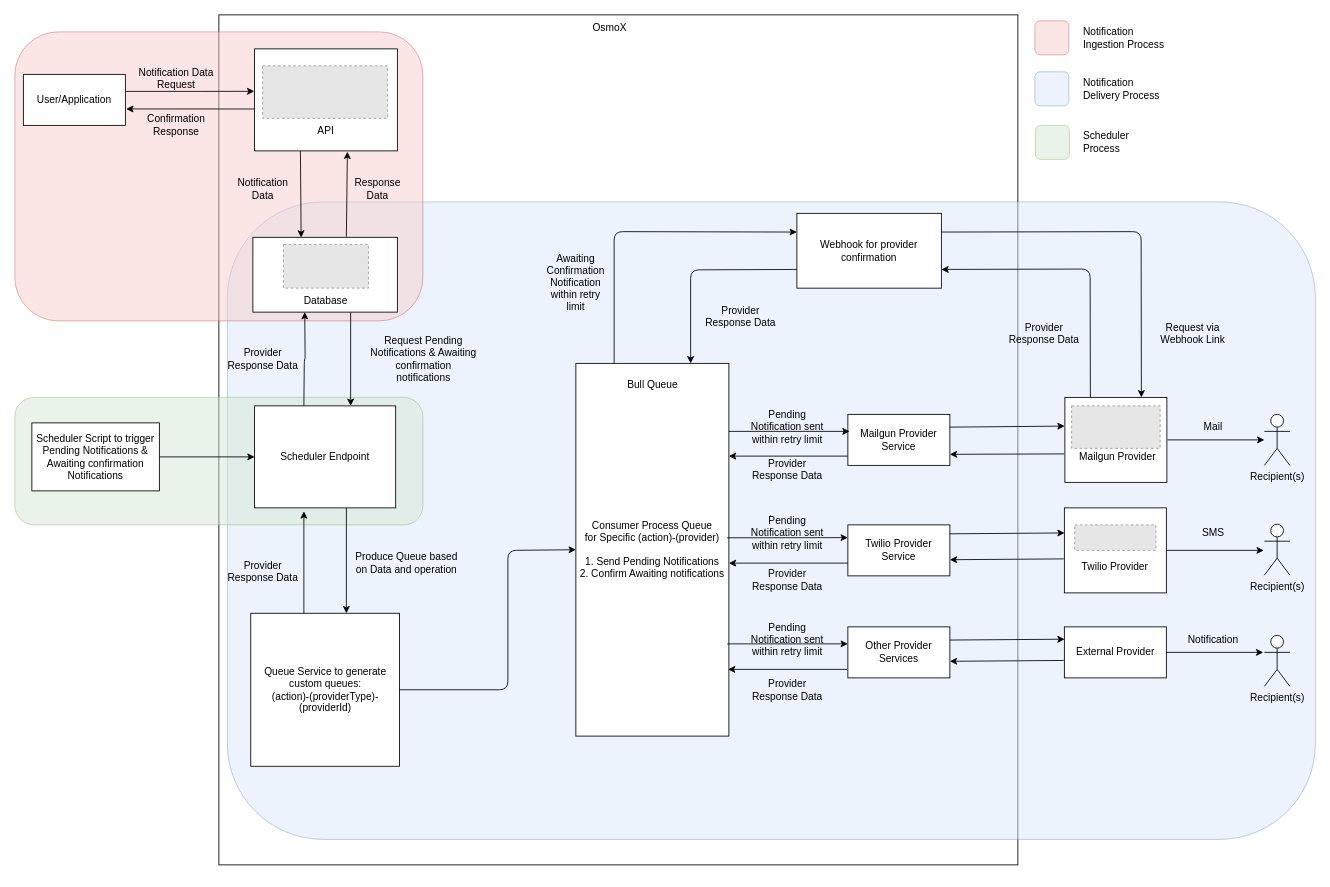
OsmosysSoftware/osmo-x keeps this draw.io diagram as apps/api/docs/assets/OsmoX-block-diagram.drawio. Above is the earlier version. Source tidied: cells renumbered, new cells numbered last; positions are measured from the earlier drawing's top-left corner, leaving out a move shared by most shapes. Both pictures are drawn from the tidied source at 85%, with x=0, y=0 at pixel (14, 14). Pictures stored in the file or linked from it are replaced by grey dashed boxes.
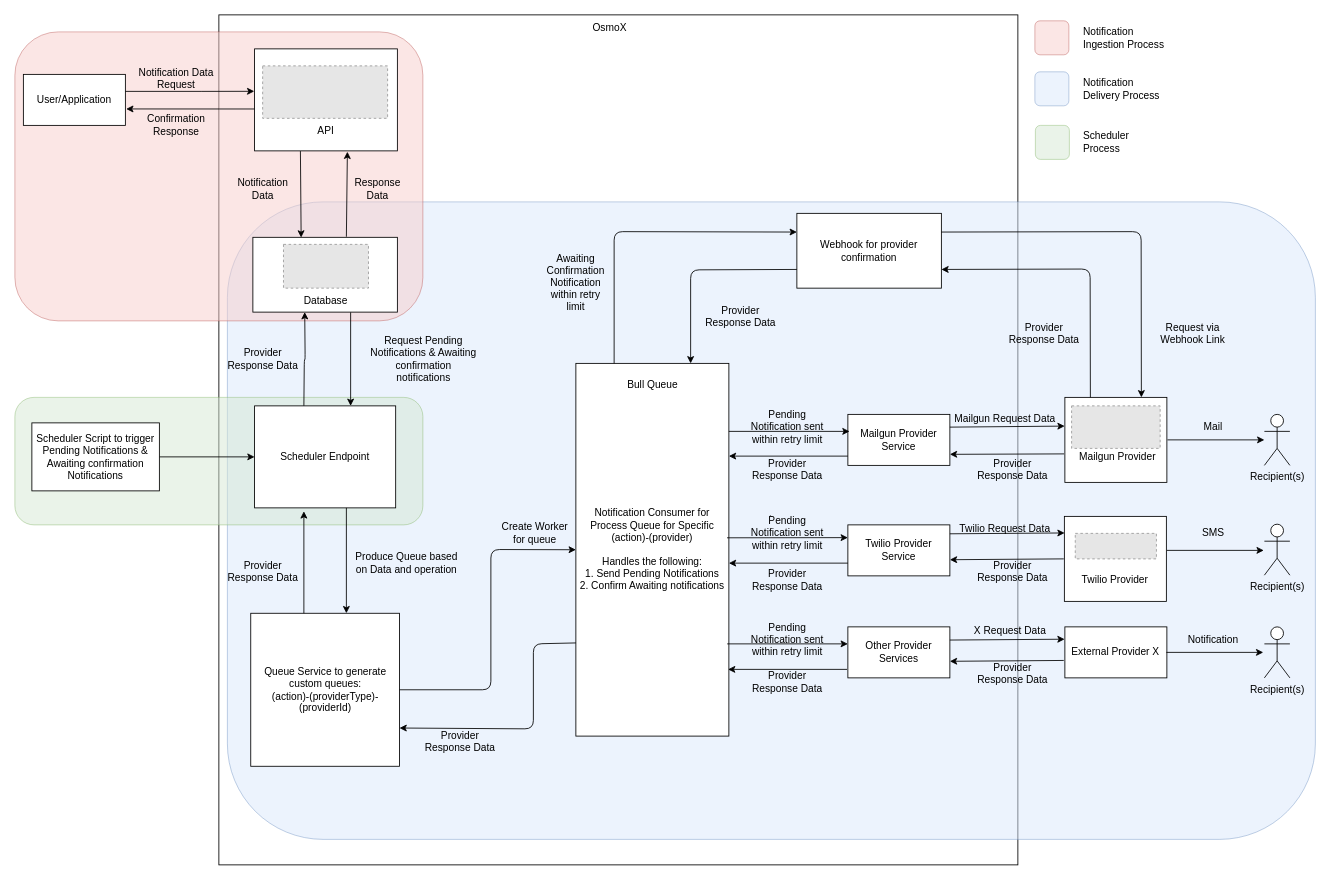
After the change.

Unchanged cells that the change refers to:
```xml
<mxCell id="35" value="Queue Service to generate custom queues:&lt;br&gt;(action)-(providerType)-(providerId)" style="rounded=0;whiteSpace=wrap;html=1;" parent="1" vertex="1">
  <mxGeometry x="277.5" y="704" width="175" height="180" as="geometry" />
</mxCell>
```

Diff of the diagram source:
```diff
@@
-    <mxCell id="4" value="Consumer Process Queue for&amp;nbsp;Specific (action)-(provider)&lt;br&gt;&lt;br&gt;1. Send Pending Notifications&lt;br&gt;2. Confirm Awaiting notifications" style="rounded=0;whiteSpace=wrap;html=1;" parent="1" vertex="1">
+    <mxCell id="4" value="Notification Consumer for Process Queue for&amp;nbsp;Specific (action)-(provider)&lt;br&gt;&lt;br&gt;Handles the following:&lt;br&gt;1. Send Pending Notifications&lt;br&gt;2. Confirm Awaiting notifications" style="rounded=0;whiteSpace=wrap;html=1;" parent="1" vertex="1">
       <mxGeometry x="660" y="410" width="180" height="438.5" as="geometry" />
     </mxCell>
@@
     <mxCell id="45" style="endArrow=classic;html=1;rounded=1;exitX=1;exitY=0.5;exitDx=0;exitDy=0;entryX=0;entryY=0.5;entryDx=0;entryDy=0;" parent="1" edge="1" source="35" target="4">
       <mxGeometry relative="1" as="geometry">
         <Array as="points">
-          <mxPoint x="580" y="794" />
-          <mxPoint x="580" y="630" />
+          <mxPoint x="560" y="794" />
+          <mxPoint x="560" y="629" />
         </Array>
       </mxGeometry>
     </mxCell>
@@
     <mxCell id="55" value="Provider Response Data" style="text;html=1;strokeColor=none;fillColor=none;align=center;verticalAlign=middle;whiteSpace=wrap;rounded=0;" parent="1" vertex="1">
-      <mxGeometry x="865" y="779" width="88" height="30" as="geometry" />
+      <mxGeometry x="865" y="770" width="88" height="30" as="geometry" />
     </mxCell>
@@
     <mxCell id="70" style="rounded=0;whiteSpace=wrap;html=1;" parent="1" vertex="1">
-      <mxGeometry x="1234.7" y="580" width="120" height="100" as="geometry" />
+      <mxGeometry x="1234.7" y="590" width="120" height="100" as="geometry" />
     </mxCell>
-    <mxCell id="71" value="External Provider" style="rounded=0;whiteSpace=wrap;html=1;" parent="1" vertex="1">
-      <mxGeometry x="1234.7" y="720" width="120" height="60" as="geometry" />
+    <mxCell id="71" value="External Provider X" style="rounded=0;whiteSpace=wrap;html=1;" parent="1" vertex="1">
+      <mxGeometry x="1235.3" y="720" width="120" height="60" as="geometry" />
     </mxCell>
@@
     <mxCell id="75" value="Recipient(s)" style="shape=umlActor;verticalLabelPosition=bottom;verticalAlign=top;html=1;" parent="1" vertex="1">
-      <mxGeometry x="1470" y="730" width="30" height="60" as="geometry" />
+      <mxGeometry x="1470" y="720" width="30" height="60" as="geometry" />
     </mxCell>
@@
     <mxCell id="80" style="fillColor=#E6E6E6;strokeColor=#999999;dashed=1;verticalLabelPosition=bottom;labelBackgroundColor=default;verticalAlign=top;" parent="1" vertex="1">
-      <mxGeometry x="1246.9" y="600" width="95.5" height="30" as="geometry" />
+      <mxGeometry x="1247.5" y="610" width="95.5" height="30" as="geometry" />
     </mxCell>
     <mxCell id="81" value="Twilio Provider" style="text;html=1;strokeColor=none;fillColor=none;align=center;verticalAlign=middle;whiteSpace=wrap;rounded=0;" parent="1" vertex="1">
-      <mxGeometry x="1240" y="640" width="109.3" height="20" as="geometry" />
+      <mxGeometry x="1240" y="655" width="109.3" height="20" as="geometry" />
     </mxCell>
@@
+    <mxCell id="90" value="Provider Response Data" style="text;html=1;strokeColor=none;fillColor=none;align=center;verticalAlign=middle;whiteSpace=wrap;rounded=0;" parent="1" vertex="1">
+      <mxGeometry x="1130" y="520" width="88" height="30" as="geometry" />
+    </mxCell>
+    <mxCell id="91" value="Provider Response Data" style="text;html=1;strokeColor=none;fillColor=none;align=center;verticalAlign=middle;whiteSpace=wrap;rounded=0;" parent="1" vertex="1">
+      <mxGeometry x="1130" y="640" width="88" height="30" as="geometry" />
+    </mxCell>
+    <mxCell id="92" value="Provider Response Data" style="text;html=1;strokeColor=none;fillColor=none;align=center;verticalAlign=middle;whiteSpace=wrap;rounded=0;" parent="1" vertex="1">
+      <mxGeometry x="1130" y="760" width="88" height="30" as="geometry" />
+    </mxCell>
+    <mxCell id="93" value="X Request Data" style="text;html=1;strokeColor=none;fillColor=none;align=center;verticalAlign=middle;whiteSpace=wrap;rounded=0;" parent="1" vertex="1">
+      <mxGeometry x="1100.6" y="710" width="140" height="30" as="geometry" />
+    </mxCell>
+    <mxCell id="94" value="Twilio Request Data" style="text;html=1;strokeColor=none;fillColor=none;align=center;verticalAlign=middle;whiteSpace=wrap;rounded=0;" parent="1" vertex="1">
+      <mxGeometry x="1095.3" y="590" width="140" height="30" as="geometry" />
+    </mxCell>
+    <mxCell id="95" value="Mailgun Request Data" style="text;html=1;strokeColor=none;fillColor=none;align=center;verticalAlign=middle;whiteSpace=wrap;rounded=0;" parent="1" vertex="1">
+      <mxGeometry x="1094.7" y="460" width="140" height="30" as="geometry" />
+    </mxCell>
+    <mxCell id="96" style="edgeStyle=orthogonalEdgeStyle;rounded=0;orthogonalLoop=1;jettySize=auto;html=1;exitX=0.5;exitY=1;exitDx=0;exitDy=0;" parent="1" edge="1" source="94" target="94">
+      <mxGeometry relative="1" as="geometry" />
+    </mxCell>
+    <mxCell id="97" value="Provider Response Data" style="text;html=1;strokeColor=none;fillColor=none;align=center;verticalAlign=middle;whiteSpace=wrap;rounded=0;" parent="1" vertex="1">
+      <mxGeometry x="480" y="840" width="88" height="30" as="geometry" />
+    </mxCell>
+    <mxCell id="98" style="endArrow=classic;html=1;rounded=1;exitX=0;exitY=0.75;exitDx=0;exitDy=0;entryX=1;entryY=0.75;entryDx=0;entryDy=0;" parent="1" edge="1" source="4" target="35">
+      <mxGeometry relative="1" as="geometry">
+        <Array as="points">
+          <mxPoint x="610" y="740" />
+          <mxPoint x="610" y="840" />
+        </Array>
+      </mxGeometry>
+    </mxCell>
+    <mxCell id="99" value="Create Worker for queue" style="text;html=1;strokeColor=none;fillColor=none;align=center;verticalAlign=middle;whiteSpace=wrap;rounded=0;" parent="1" vertex="1">
+      <mxGeometry x="568" y="595" width="88" height="30" as="geometry" />
+    </mxCell>
```
